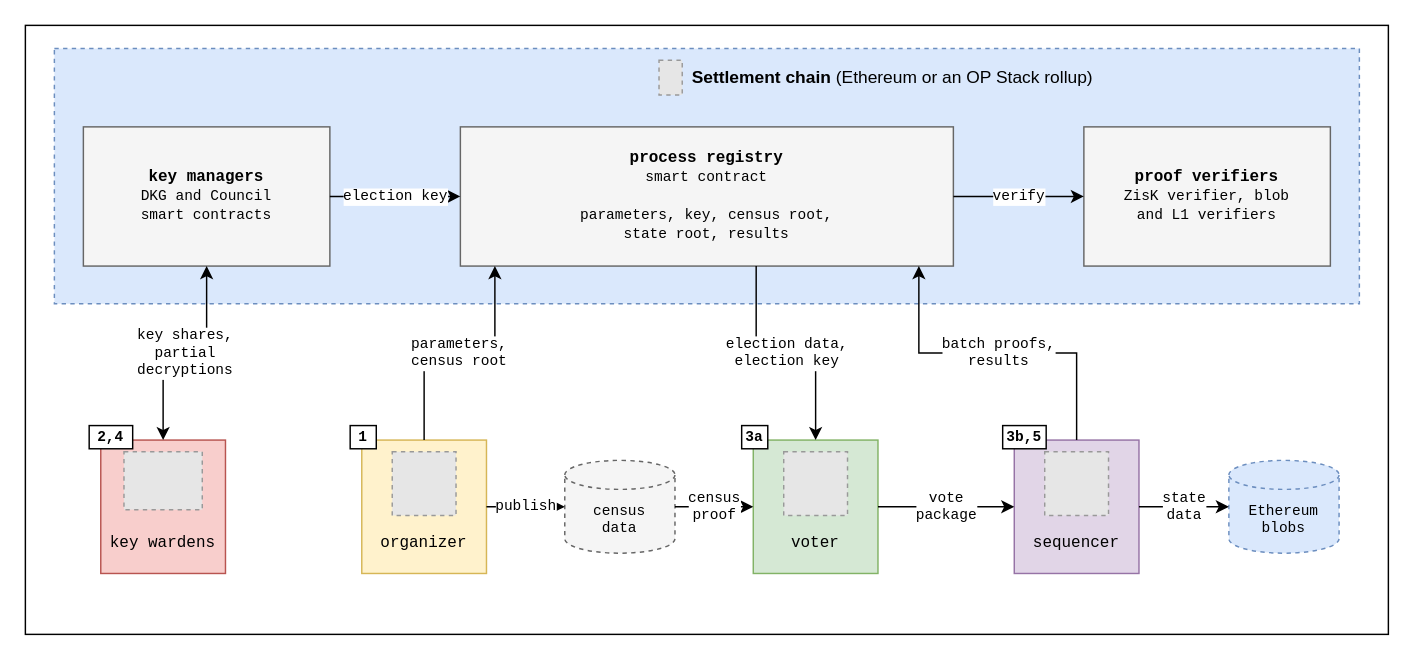
Earlier version of the draw.io diagram v2/figures/protocol-intuition-flow.drawio (vocdoni/davinci-paper). Source tidied: cells renumbered, new cells numbered last; positions are measured from the earlier drawing's top-left corner, leaving out a move shared by most shapes. Both pictures are drawn from the tidied source at 145%, with x=0, y=0 at pixel (25, 25). Pictures stored in the file or linked from it are replaced by grey dashed boxes.
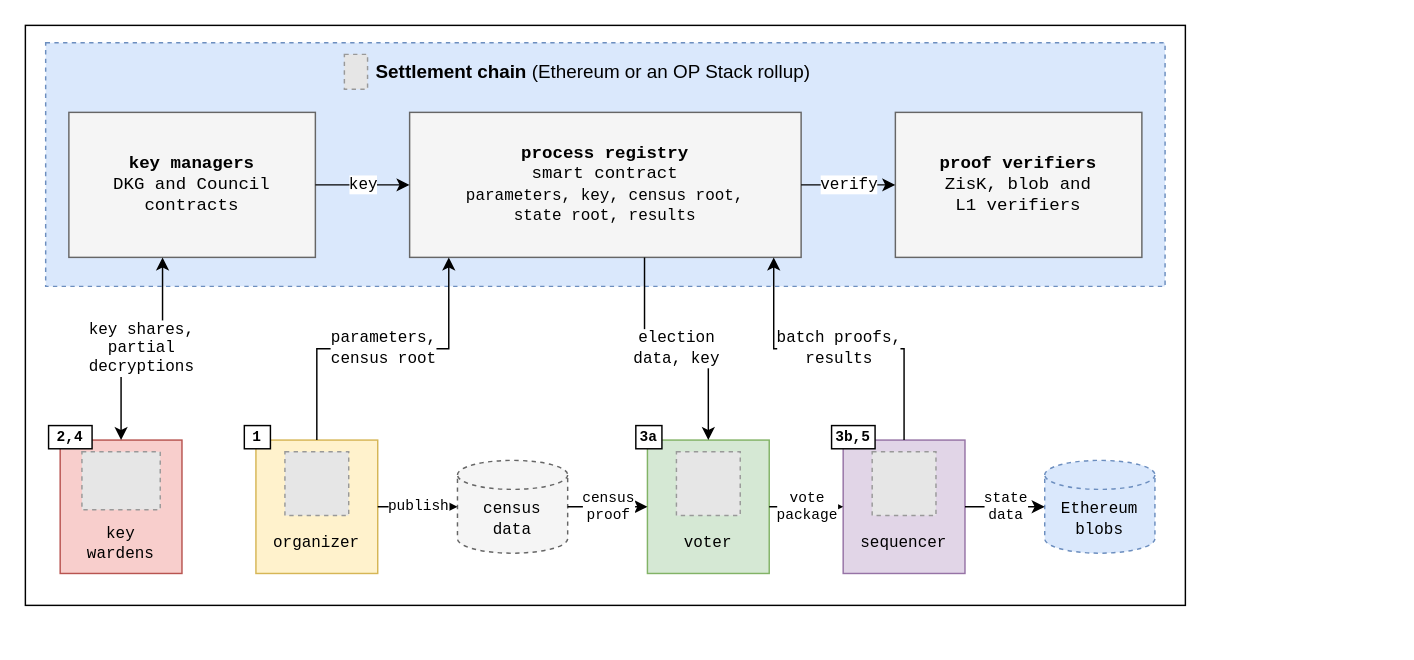
Above is the later version.

The edit, as a diff of the source:
```diff
@@
     <mxCell id="2" style="rounded=0;whiteSpace=wrap;html=1;fontSize=11;fillColor=none;strokeColor=#000000;fontFamily=Courier New;verticalAlign=top;align=center;spacingTop=4;spacingLeft=6;fontStyle=1;" parent="1" vertex="1">
-      <mxGeometry width="940" height="420" as="geometry" />
+      <mxGeometry width="800" height="400" as="geometry" />
     </mxCell>
     <mxCell id="3" style="rounded=0;whiteSpace=wrap;html=1;fontSize=11;fillColor=#dae8fc;strokeColor=#6c8ebf;fontFamily=Courier New;verticalAlign=top;align=center;spacingTop=4;spacingLeft=6;fontStyle=1;dashed=1;" parent="1" vertex="1">
-      <mxGeometry x="20" y="16" width="900" height="176" as="geometry" />
+      <mxGeometry x="14" y="12" width="772" height="168" as="geometry" />
     </mxCell>
     <mxCell id="4" style="fillColor=#E6E6E6;strokeColor=#999999;dashed=1;html=1;verticalLabelPosition=bottom;verticalAlign=top;labelBackgroundColor=none;fontSize=11;fontFamily=Courier New;" parent="1" vertex="1">
-      <mxGeometry x="437" y="24" width="16" height="24" as="geometry" />
+      <mxGeometry x="220" y="20" width="16" height="24" as="geometry" />
     </mxCell>
-    <mxCell id="5" value="&lt;b&gt;Settlement chain&lt;/b&gt; (Ethereum or an OP Stack rollup)" style="text;html=1;whiteSpace=wrap;fontSize=12;align=left;verticalAlign=middle;fontColor=#000000;" parent="1" vertex="1">
-      <mxGeometry x="458" y="24" width="330" height="24" as="geometry" />
+    <mxCell id="5" value="&lt;b&gt;Settlement chain&lt;/b&gt; (Ethereum or an OP Stack rollup)" style="text;html=1;whiteSpace=wrap;fontSize=13;align=left;verticalAlign=middle;fontColor=#000000;" parent="1" vertex="1">
+      <mxGeometry x="240" y="20" width="420" height="24" as="geometry" />
     </mxCell>
-    <mxCell id="6" value="&lt;b&gt;key managers&lt;/b&gt;&lt;br&gt;&lt;font style='font-size:10px'&gt;DKG and Council&lt;br&gt;smart contracts&lt;/font&gt;" style="rounded=0;whiteSpace=wrap;html=1;fontSize=11;fillColor=#f5f5f5;strokeColor=#666666;fontFamily=Courier New;align=center;verticalAlign=middle;" parent="1" vertex="1">
-      <mxGeometry x="40" y="70" width="170" height="96" as="geometry" />
+    <mxCell id="6" value="&lt;b&gt;key managers&lt;/b&gt;&lt;br&gt;DKG and Council&lt;br&gt;contracts" style="rounded=0;whiteSpace=wrap;html=1;fontSize=12;fillColor=#f5f5f5;strokeColor=#666666;fontFamily=Courier New;align=center;verticalAlign=middle;" parent="1" vertex="1">
+      <mxGeometry x="30" y="60" width="170" height="100" as="geometry" />
     </mxCell>
-    <mxCell id="7" value="&lt;b&gt;process registry&lt;/b&gt;&lt;br&gt;&lt;font style='font-size:10px'&gt;smart contract&lt;/font&gt;&lt;br&gt;&lt;br&gt;&lt;font style='font-size:10px'&gt;parameters, key, census root,&lt;br&gt;state root, results&lt;/font&gt;" style="rounded=0;whiteSpace=wrap;html=1;fontSize=11;fillColor=#f5f5f5;strokeColor=#666666;fontFamily=Courier New;align=center;verticalAlign=middle;" parent="1" vertex="1">
-      <mxGeometry x="300" y="70" width="340" height="96" as="geometry" />
+    <mxCell id="7" value="&lt;b&gt;process registry&lt;/b&gt;&lt;br&gt;smart contract&lt;br&gt;&lt;font style='font-size:11px'&gt;parameters, key, census root,&lt;br&gt;state root, results&lt;/font&gt;" style="rounded=0;whiteSpace=wrap;html=1;fontSize=12;fillColor=#f5f5f5;strokeColor=#666666;fontFamily=Courier New;align=center;verticalAlign=middle;" parent="1" vertex="1">
+      <mxGeometry x="265" y="60" width="270" height="100" as="geometry" />
     </mxCell>
-    <mxCell id="8" value="&lt;b&gt;proof verifiers&lt;/b&gt;&lt;br&gt;&lt;font style='font-size:10px'&gt;ZisK verifier, blob&lt;br&gt;and L1 verifiers&lt;/font&gt;" style="rounded=0;whiteSpace=wrap;html=1;fontSize=11;fillColor=#f5f5f5;strokeColor=#666666;fontFamily=Courier New;align=center;verticalAlign=middle;" parent="1" vertex="1">
-      <mxGeometry x="730" y="70" width="170" height="96" as="geometry" />
+    <mxCell id="8" value="&lt;b&gt;proof verifiers&lt;/b&gt;&lt;br&gt;ZisK, blob and&lt;br&gt;L1 verifiers" style="rounded=0;whiteSpace=wrap;html=1;fontSize=12;fillColor=#f5f5f5;strokeColor=#666666;fontFamily=Courier New;align=center;verticalAlign=middle;" parent="1" vertex="1">
+      <mxGeometry x="600" y="60" width="170" height="100" as="geometry" />
     </mxCell>
-    <mxCell id="9" value="election key" style="edgeStyle=orthogonalEdgeStyle;rounded=0;html=1;endArrow=classic;startArrow=none;endSize=6;startSize=6;fontSize=10;fontFamily=Courier New;strokeColor=#000000;strokeWidth=1;labelBackgroundColor=#ffffff;" parent="1" edge="1" source="6" target="7">
+    <mxCell id="9" value="key" style="edgeStyle=orthogonalEdgeStyle;rounded=0;html=1;endArrow=classic;startArrow=none;endSize=6;startSize=6;fontSize=11;fontFamily=Courier New;strokeColor=#000000;strokeWidth=1;labelBackgroundColor=#ffffff;" parent="1" edge="1" source="6" target="7">
       <mxGeometry relative="1" as="geometry" />
     </mxCell>
-    <mxCell id="10" value="verify" style="edgeStyle=orthogonalEdgeStyle;rounded=0;html=1;endArrow=classic;startArrow=none;endSize=6;startSize=6;fontSize=10;fontFamily=Courier New;strokeColor=#000000;strokeWidth=1;labelBackgroundColor=#ffffff;" parent="1" edge="1" source="7" target="8">
+    <mxCell id="10" value="verify" style="edgeStyle=orthogonalEdgeStyle;rounded=0;html=1;endArrow=classic;startArrow=none;endSize=6;startSize=6;fontSize=11;fontFamily=Courier New;strokeColor=#000000;strokeWidth=1;labelBackgroundColor=#ffffff;" parent="1" edge="1" source="7" target="8">
       <mxGeometry relative="1" as="geometry" />
     </mxCell>
     <mxCell id="11" style="rounded=0;whiteSpace=wrap;html=1;fontSize=11;fillColor=#f8cecc;strokeColor=#b85450;fontFamily=Courier New;align=center;verticalAlign=middle;" parent="1" vertex="1">
-      <mxGeometry x="52" y="286" width="86" height="92" as="geometry" />
+      <mxGeometry x="24" y="286" width="84" height="92" as="geometry" />
     </mxCell>
     <mxCell id="12" style="fillColor=#E6E6E6;strokeColor=#999999;dashed=1;html=1;verticalLabelPosition=bottom;verticalAlign=top;labelBackgroundColor=none;fontSize=11;fontFamily=Courier New;" parent="1" vertex="1">
-      <mxGeometry x="68" y="294" width="54" height="40" as="geometry" />
+      <mxGeometry x="39" y="294" width="54" height="40" as="geometry" />
     </mxCell>
-    <mxCell id="13" value="key wardens" style="text;html=1;whiteSpace=wrap;fontSize=11;fontFamily=Courier New;align=center;verticalAlign=middle;fontColor=#000000;" parent="1" vertex="1">
-      <mxGeometry x="52" y="342" width="86" height="30" as="geometry" />
+    <mxCell id="13" value="key&lt;br&gt;wardens" style="text;html=1;whiteSpace=wrap;fontSize=11;fontFamily=Courier New;align=center;verticalAlign=middle;fontColor=#000000;" parent="1" vertex="1">
+      <mxGeometry x="16" y="342" width="100" height="32" as="geometry" />
     </mxCell>
     <mxCell id="14" style="rounded=0;whiteSpace=wrap;html=1;fontSize=11;fillColor=#fff2cc;strokeColor=#d6b656;fontFamily=Courier New;align=center;verticalAlign=middle;" parent="1" vertex="1">
-      <mxGeometry x="232" y="286" width="86" height="92" as="geometry" />
+      <mxGeometry x="159" y="286" width="84" height="92" as="geometry" />
     </mxCell>
     <mxCell id="15" style="fillColor=#E6E6E6;strokeColor=#999999;dashed=1;html=1;verticalLabelPosition=bottom;verticalAlign=top;labelBackgroundColor=none;fontSize=11;fontFamily=Courier New;" parent="1" vertex="1">
-      <mxGeometry x="253" y="294" width="44" height="44" as="geometry" />
+      <mxGeometry x="179" y="294" width="44" height="44" as="geometry" />
     </mxCell>
     <mxCell id="16" value="organizer" style="text;html=1;whiteSpace=wrap;fontSize=11;fontFamily=Courier New;align=center;verticalAlign=middle;fontColor=#000000;" parent="1" vertex="1">
-      <mxGeometry x="232" y="342" width="86" height="30" as="geometry" />
+      <mxGeometry x="159" y="344" width="84" height="26" as="geometry" />
     </mxCell>
-    <mxCell id="17" value="census&lt;br&gt;data" style="shape=cylinder3;whiteSpace=wrap;html=1;boundedLbl=1;backgroundOutline=1;size=10;fillColor=#f5f5f5;strokeColor=#666666;dashed=1;fontSize=10;fontFamily=Courier New;" parent="1" vertex="1">
-      <mxGeometry x="372" y="300" width="76" height="64" as="geometry" />
+    <mxCell id="17" value="census&lt;br&gt;data" style="shape=cylinder3;whiteSpace=wrap;html=1;boundedLbl=1;backgroundOutline=1;size=10;fillColor=#f5f5f5;strokeColor=#666666;dashed=1;fontSize=11;fontFamily=Courier New;" parent="1" vertex="1">
+      <mxGeometry x="298" y="300" width="76" height="64" as="geometry" />
     </mxCell>
     <mxCell id="18" style="rounded=0;whiteSpace=wrap;html=1;fontSize=11;fillColor=#d5e8d4;strokeColor=#82b366;fontFamily=Courier New;align=center;verticalAlign=middle;" parent="1" vertex="1">
-      <mxGeometry x="502" y="286" width="86" height="92" as="geometry" />
+      <mxGeometry x="429" y="286" width="84" height="92" as="geometry" />
     </mxCell>
     <mxCell id="19" style="fillColor=#E6E6E6;strokeColor=#999999;dashed=1;html=1;verticalLabelPosition=bottom;verticalAlign=top;labelBackgroundColor=none;fontSize=11;fontFamily=Courier New;" parent="1" vertex="1">
-      <mxGeometry x="523" y="294" width="44" height="44" as="geometry" />
+      <mxGeometry x="449" y="294" width="44" height="44" as="geometry" />
     </mxCell>
     <mxCell id="20" value="voter" style="text;html=1;whiteSpace=wrap;fontSize=11;fontFamily=Courier New;align=center;verticalAlign=middle;fontColor=#000000;" parent="1" vertex="1">
-      <mxGeometry x="502" y="342" width="86" height="30" as="geometry" />
+      <mxGeometry x="429" y="344" width="84" height="26" as="geometry" />
     </mxCell>
     <mxCell id="21" style="rounded=0;whiteSpace=wrap;html=1;fontSize=11;fillColor=#e1d5e7;strokeColor=#9673a6;fontFamily=Courier New;align=center;verticalAlign=middle;" parent="1" vertex="1">
-      <mxGeometry x="682" y="286" width="86" height="92" as="geometry" />
+      <mxGeometry x="564" y="286" width="84" height="92" as="geometry" />
     </mxCell>
     <mxCell id="22" style="fillColor=#E6E6E6;strokeColor=#999999;dashed=1;html=1;verticalLabelPosition=bottom;verticalAlign=top;labelBackgroundColor=none;fontSize=11;fontFamily=Courier New;" parent="1" vertex="1">
-      <mxGeometry x="703" y="294" width="44" height="44" as="geometry" />
+      <mxGeometry x="584" y="294" width="44" height="44" as="geometry" />
     </mxCell>
     <mxCell id="23" value="sequencer" style="text;html=1;whiteSpace=wrap;fontSize=11;fontFamily=Courier New;align=center;verticalAlign=middle;fontColor=#000000;" parent="1" vertex="1">
-      <mxGeometry x="682" y="342" width="86" height="30" as="geometry" />
+      <mxGeometry x="558" y="344" width="96" height="26" as="geometry" />
     </mxCell>
-    <mxCell id="24" value="Ethereum&lt;br&gt;blobs" style="shape=cylinder3;whiteSpace=wrap;html=1;boundedLbl=1;backgroundOutline=1;size=10;fillColor=#dae8fc;strokeColor=#6c8ebf;dashed=1;fontSize=10;fontFamily=Courier New;" parent="1" vertex="1">
-      <mxGeometry x="830" y="300" width="76" height="64" as="geometry" />
+    <mxCell id="24" value="Ethereum&lt;br&gt;blobs" style="shape=cylinder3;whiteSpace=wrap;html=1;boundedLbl=1;backgroundOutline=1;size=10;fillColor=#dae8fc;strokeColor=#6c8ebf;dashed=1;fontSize=11;fontFamily=Courier New;" parent="1" vertex="1">
+      <mxGeometry x="703" y="300" width="76" height="64" as="geometry" />
     </mxCell>
     <mxCell id="25" value="2,4" style="rounded=0;whiteSpace=wrap;html=1;fontSize=10;fillColor=#ffffff;strokeColor=#000000;fontStyle=1;fontFamily=Courier New;" parent="1" vertex="1">
-      <mxGeometry x="44" y="276" width="30" height="16" as="geometry" />
+      <mxGeometry x="16" y="276" width="30" height="16" as="geometry" />
     </mxCell>
     <mxCell id="26" value="1" style="rounded=0;whiteSpace=wrap;html=1;fontSize=10;fillColor=#ffffff;strokeColor=#000000;fontStyle=1;fontFamily=Courier New;" parent="1" vertex="1">
-      <mxGeometry x="224" y="276" width="18" height="16" as="geometry" />
+      <mxGeometry x="151" y="276" width="18" height="16" as="geometry" />
     </mxCell>
     <mxCell id="27" value="3a" style="rounded=0;whiteSpace=wrap;html=1;fontSize=10;fillColor=#ffffff;strokeColor=#000000;fontStyle=1;fontFamily=Courier New;" parent="1" vertex="1">
-      <mxGeometry x="494" y="276" width="18" height="16" as="geometry" />
+      <mxGeometry x="421" y="276" width="18" height="16" as="geometry" />
     </mxCell>
     <mxCell id="28" value="3b,5" style="rounded=0;whiteSpace=wrap;html=1;fontSize=10;fillColor=#ffffff;strokeColor=#000000;fontStyle=1;fontFamily=Courier New;" parent="1" vertex="1">
-      <mxGeometry x="674" y="276" width="30" height="16" as="geometry" />
+      <mxGeometry x="556" y="276" width="30" height="16" as="geometry" />
     </mxCell>
-    <mxCell id="29" value="key shares,&lt;br&gt;partial&lt;br&gt;decryptions" style="edgeStyle=orthogonalEdgeStyle;rounded=0;html=1;endArrow=classic;startArrow=classic;endSize=6;startSize=6;fontSize=10;fontFamily=Courier New;strokeColor=#000000;strokeWidth=1;labelBackgroundColor=#ffffff;exitX=0.5;exitY=0;exitDx=0;exitDy=0;entryX=0.5;entryY=1;entryDx=0;entryDy=0;" parent="1" edge="1" source="11" target="6">
+    <mxCell id="29" value="key shares,&lt;br&gt;partial&lt;br&gt;decryptions" style="edgeStyle=orthogonalEdgeStyle;rounded=0;html=1;endArrow=classic;startArrow=classic;endSize=6;startSize=6;fontSize=11;fontFamily=Courier New;strokeColor=#000000;strokeWidth=1;labelBackgroundColor=#ffffff;exitX=0.5;exitY=0;exitDx=0;exitDy=0;entryX=0.38;entryY=1;entryDx=0;entryDy=0;" parent="1" edge="1" source="11" target="6">
       <mxGeometry relative="1" as="geometry" />
     </mxCell>
-    <mxCell id="30" value="parameters,&lt;br&gt;census root" style="edgeStyle=orthogonalEdgeStyle;rounded=0;html=1;endArrow=classic;startArrow=none;endSize=6;startSize=6;fontSize=10;fontFamily=Courier New;strokeColor=#000000;strokeWidth=1;labelBackgroundColor=#ffffff;exitX=0.5;exitY=0;exitDx=0;exitDy=0;entryX=0.07;entryY=1;entryDx=0;entryDy=0;" parent="1" edge="1" source="14" target="7">
+    <mxCell id="30" value="parameters,&lt;br&gt;census root" style="edgeStyle=orthogonalEdgeStyle;rounded=0;html=1;endArrow=classic;startArrow=none;endSize=6;startSize=6;fontSize=11;fontFamily=Courier New;strokeColor=#000000;strokeWidth=1;labelBackgroundColor=#ffffff;exitX=0.5;exitY=0;exitDx=0;exitDy=0;entryX=0.1;entryY=1;entryDx=0;entryDy=0;" parent="1" edge="1" source="14" target="7">
       <mxGeometry relative="1" as="geometry" />
     </mxCell>
@@
-    <mxCell id="33" value="election data,&lt;br&gt;election key" style="edgeStyle=orthogonalEdgeStyle;rounded=0;html=1;endArrow=classic;startArrow=none;endSize=6;startSize=6;fontSize=10;fontFamily=Courier New;strokeColor=#000000;strokeWidth=1;labelBackgroundColor=#ffffff;exitX=0.6;exitY=1;exitDx=0;exitDy=0;entryX=0.5;entryY=0;entryDx=0;entryDy=0;" parent="1" edge="1" source="7" target="18">
+    <mxCell id="33" value="election&lt;br&gt;data, key" style="edgeStyle=orthogonalEdgeStyle;rounded=0;html=1;endArrow=classic;startArrow=none;endSize=6;startSize=6;fontSize=11;fontFamily=Courier New;strokeColor=#000000;strokeWidth=1;labelBackgroundColor=#ffffff;exitX=0.6;exitY=1;exitDx=0;exitDy=0;entryX=0.5;entryY=0;entryDx=0;entryDy=0;" parent="1" edge="1" source="7" target="18">
       <mxGeometry relative="1" as="geometry" />
     </mxCell>
@@
-    <mxCell id="35" value="batch proofs,&lt;br&gt;results" style="edgeStyle=orthogonalEdgeStyle;rounded=0;html=1;endArrow=classic;startArrow=none;endSize=6;startSize=6;fontSize=10;fontFamily=Courier New;strokeColor=#000000;strokeWidth=1;labelBackgroundColor=#ffffff;exitX=0.5;exitY=0;exitDx=0;exitDy=0;entryX=0.93;entryY=1;entryDx=0;entryDy=0;" parent="1" edge="1" source="21" target="7">
+    <mxCell id="35" value="batch proofs,&lt;br&gt;results" style="edgeStyle=orthogonalEdgeStyle;rounded=0;html=1;endArrow=classic;startArrow=none;endSize=6;startSize=6;fontSize=11;fontFamily=Courier New;strokeColor=#000000;strokeWidth=1;labelBackgroundColor=#ffffff;exitX=0.5;exitY=0;exitDx=0;exitDy=0;entryX=0.93;entryY=1;entryDx=0;entryDy=0;" parent="1" edge="1" source="21" target="7">
       <mxGeometry relative="1" as="geometry" />
     </mxCell>
```
